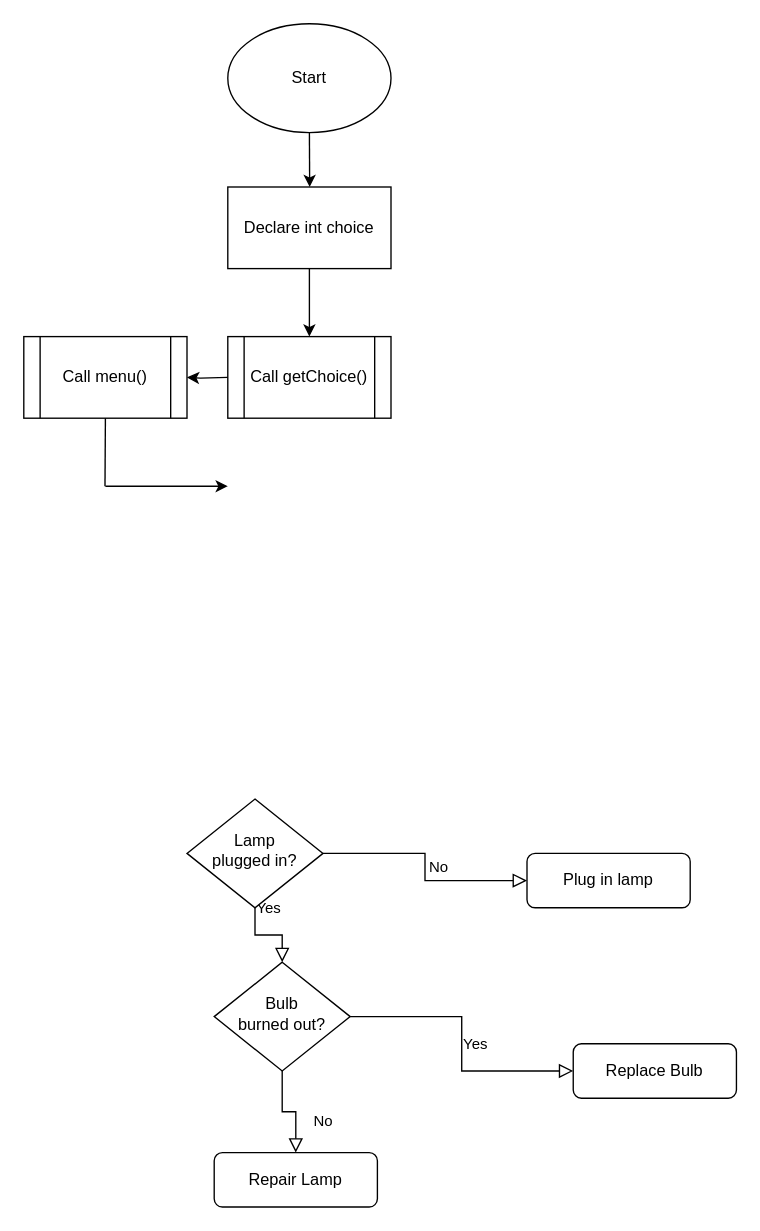
This is Untitled Diagram.drawio from sk-panda/SoftwareDesign-repo, a draw.io file, before an edit. Source tidied: cells renumbered, new cells numbered last; positions are measured from the earlier drawing's top-left corner, leaving out a move shared by most shapes. Both pictures are drawn from the tidied source at 136%, with x=0, y=0 at pixel (23, 23).
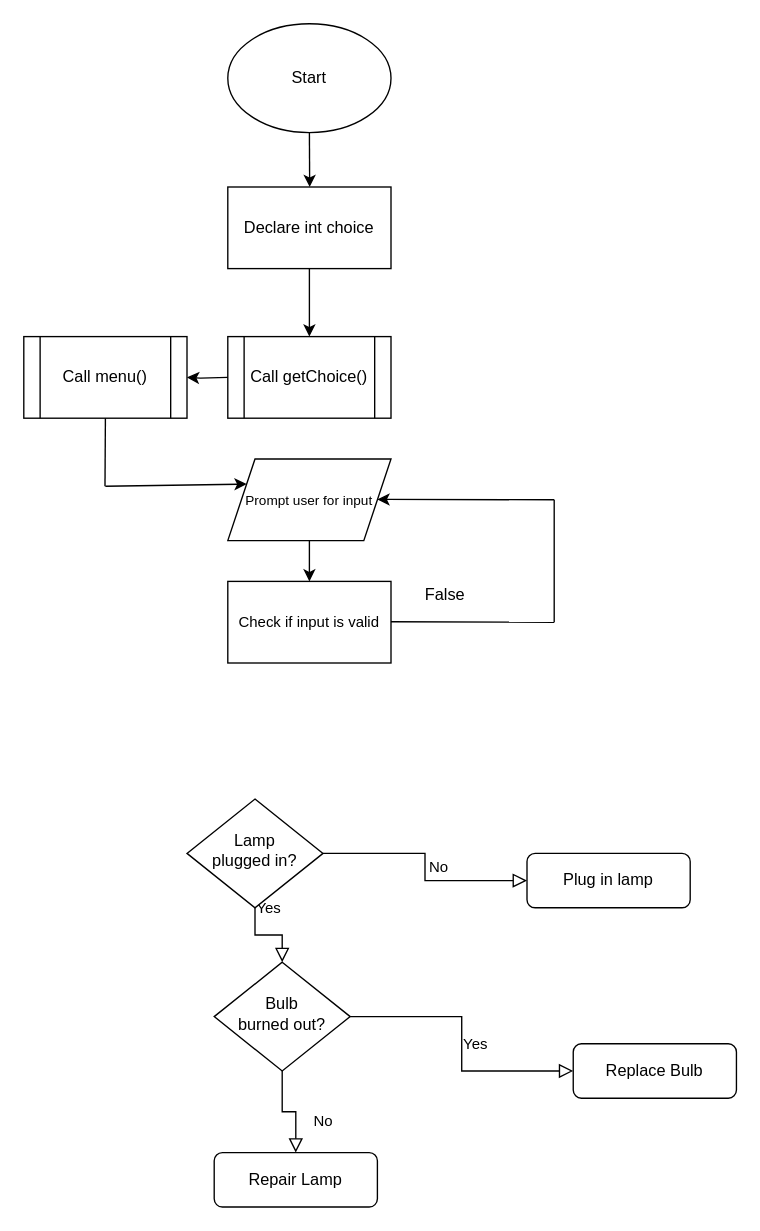
Above is the later version.

Diff of the diagram source:
```diff
@@
-    <mxCell id="19" style="endArrow=classic;html=1;shadow=0;" parent="1" edge="1">
+    <mxCell id="19" style="endArrow=classic;html=1;shadow=0;entryX=0;entryY=0.25;entryDx=0;entryDy=0;" parent="1" edge="1" target="21">
       <mxGeometry relative="1" as="geometry">
         <mxPoint x="60" y="340" as="sourcePoint" />
-        <mxPoint x="150" y="340" as="targetPoint" />
       </mxGeometry>
     </mxCell>
+    <mxCell id="20" style="edgeStyle=orthogonalEdgeStyle;rounded=0;jettySize=auto;html=1;entryX=0.5;entryY=0;entryDx=0;entryDy=0;shadow=0;" parent="1" edge="1" source="21" target="22">
+      <mxGeometry relative="1" as="geometry" />
+    </mxCell>
+    <mxCell id="21" value="&lt;font style=&quot;font-size: 10px&quot;&gt;Prompt user for input&lt;/font&gt;" style="shape=parallelogram;perimeter=parallelogramPerimeter;whiteSpace=wrap;html=1;fixedSize=1;" parent="1" vertex="1">
+      <mxGeometry x="150" y="320" width="120" height="60" as="geometry" />
+    </mxCell>
+    <mxCell id="22" value="&lt;font style=&quot;font-size: 11px&quot;&gt;Check if input is valid&lt;/font&gt;" style="rounded=0;whiteSpace=wrap;html=1;" parent="1" vertex="1">
+      <mxGeometry x="150" y="410" width="120" height="60" as="geometry" />
+    </mxCell>
+    <mxCell id="23" value="False" style="text;html=1;strokeColor=none;fillColor=none;align=center;verticalAlign=middle;whiteSpace=wrap;rounded=0;" parent="1" vertex="1">
+      <mxGeometry x="290" y="410" width="40" height="20" as="geometry" />
+    </mxCell>
+    <mxCell id="24" style="endArrow=none;html=1;shadow=0;" parent="1" edge="1">
+      <mxGeometry relative="1" as="geometry">
+        <mxPoint x="270" y="439.7" as="sourcePoint" />
+        <mxPoint x="390" y="440" as="targetPoint" />
+      </mxGeometry>
+    </mxCell>
+    <mxCell id="25" style="endArrow=none;html=1;shadow=0;" parent="1" edge="1">
+      <mxGeometry relative="1" as="geometry">
+        <mxPoint x="390" y="440" as="sourcePoint" />
+        <mxPoint x="390" y="350" as="targetPoint" />
+      </mxGeometry>
+    </mxCell>
+    <mxCell id="26" style="endArrow=classic;html=1;shadow=0;" parent="1" edge="1">
+      <mxGeometry relative="1" as="geometry">
+        <mxPoint x="390" y="350" as="sourcePoint" />
+        <mxPoint x="260" y="349.7" as="targetPoint" />
+      </mxGeometry>
+    </mxCell>
```
